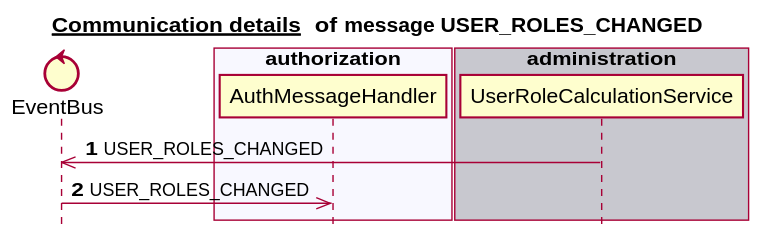
Before: docs/latest/images/gen_domain_messaging_user_roles_changed.svg, a diagram exported from PlantUML (mercedes-benz/sechub).
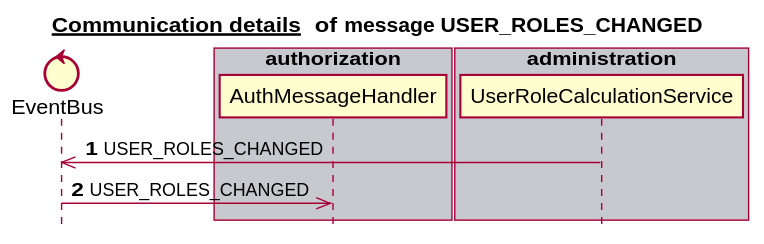
The same file after the commit.

Change to the diagram source:
```diff
@@ -6,17 +6,17 @@
 
 
 control EventBus
-box "notification" #C8C8CF
+box "scan" #C8C8CF
 end box
-box "authorization" #F8F8FF
+box "schedule" #F8F8FF
+end box
+box "authorization" #C8C8CF
    participant AuthMessageHandler
+end box
+box "notification" #F8F8FF
 end box
 box "administration" #C8C8CF
    participant UserRoleCalculationService
-end box
-box "schedule" #F8F8FF
-end box
-box "scan" #C8C8CF
 end box
 autonumber 1
 UserRoleCalculationService ->> EventBus:USER_ROLES_CHANGED
```
